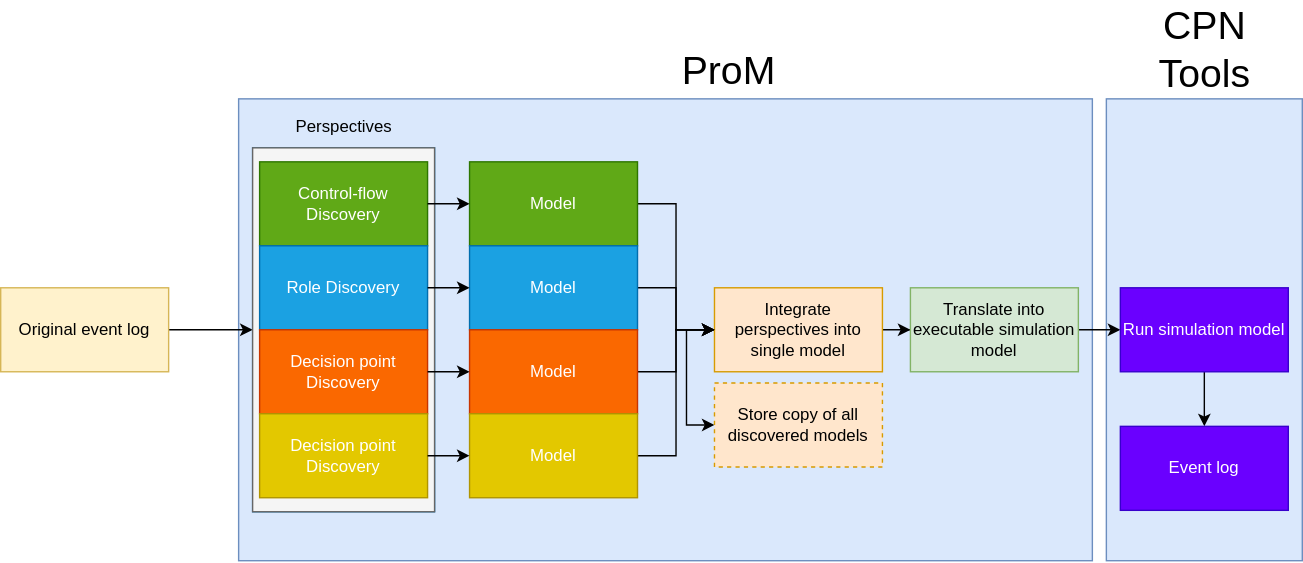
This is resources/process-first-pass.svg from hpl002/Masters_Public, a draw.io export, as it was before one commit. Source tidied: cells renumbered, new cells last; positions are measured from the earlier drawing's top-left corner, leaving out a move shared by most shapes. Its diagram source:
```xml
<mxGraphModel>
  <root>
    <mxCell id="0" />
    <mxCell id="1" parent="0" />
    <mxCell id="2" style="rounded=0;whiteSpace=wrap;html=1;fillColor=#dae8fc;strokeColor=#6c8ebf;" parent="1" vertex="1">
      <mxGeometry x="790" y="70" width="140" height="330" as="geometry" />
    </mxCell>
    <mxCell id="3" style="rounded=0;whiteSpace=wrap;html=1;fillColor=#dae8fc;strokeColor=#6c8ebf;" parent="1" vertex="1">
      <mxGeometry x="170" y="70" width="610" height="330" as="geometry" />
    </mxCell>
    <mxCell id="4" style="edgeStyle=orthogonalEdgeStyle;rounded=0;jettySize=auto;html=1;" parent="1" edge="1" source="5" target="14">
      <mxGeometry relative="1" as="geometry" />
    </mxCell>
    <mxCell id="5" value="Original event log" style="rounded=0;whiteSpace=wrap;html=1;fillColor=#fff2cc;strokeColor=#d6b656;" parent="1" vertex="1">
      <mxGeometry y="205" width="120" height="60" as="geometry" />
    </mxCell>
    <mxCell id="6" value="ProM" style="text;html=1;align=center;verticalAlign=middle;points=[];fontSize=28;" parent="1" vertex="1">
      <mxGeometry x="480" y="30" width="80" height="40" as="geometry" />
    </mxCell>
    <mxCell id="7" value="Perspectives" style="text;html=1;align=center;verticalAlign=middle;" parent="1" vertex="1">
      <mxGeometry x="205" y="80" width="80" height="20" as="geometry" />
    </mxCell>
    <mxCell id="8" style="edgeStyle=orthogonalEdgeStyle;rounded=0;jettySize=auto;html=1;" parent="1" edge="1" source="10" target="12">
      <mxGeometry relative="1" as="geometry" />
    </mxCell>
    <mxCell id="9" style="edgeStyle=orthogonalEdgeStyle;rounded=0;jettySize=auto;html=1;exitX=0;exitY=0.5;exitDx=0;exitDy=0;entryX=0;entryY=0.5;entryDx=0;entryDy=0;" parent="1" edge="1" source="10" target="35">
      <mxGeometry relative="1" as="geometry">
        <Array as="points">
          <mxPoint x="490" y="235" />
          <mxPoint x="490" y="303" />
        </Array>
      </mxGeometry>
    </mxCell>
    <mxCell id="10" value="Integrate perspectives into single model" style="rounded=0;whiteSpace=wrap;html=1;fillColor=#ffe6cc;strokeColor=#d79b00;" parent="1" vertex="1">
      <mxGeometry x="510" y="205" width="120" height="60" as="geometry" />
    </mxCell>
    <mxCell id="11" style="edgeStyle=orthogonalEdgeStyle;rounded=0;jettySize=auto;html=1;entryX=0;entryY=0.5;entryDx=0;entryDy=0;" parent="1" edge="1" source="12" target="20">
      <mxGeometry relative="1" as="geometry" />
    </mxCell>
    <mxCell id="12" value="Translate into executable simulation model" style="rounded=0;whiteSpace=wrap;html=1;fillColor=#d5e8d4;strokeColor=#82b366;" parent="1" vertex="1">
      <mxGeometry x="650" y="205" width="120" height="60" as="geometry" />
    </mxCell>
    <mxCell id="13" style="group;fillColor=#1ba1e2;strokeColor=#006EAF;fontColor=#ffffff;" parent="1" vertex="1">
      <mxGeometry x="180" y="105" width="130" height="260" as="geometry" />
    </mxCell>
    <mxCell id="14" style="rounded=0;whiteSpace=wrap;html=1;fillColor=#f5f5f5;strokeColor=#666666;fontColor=#333333;" parent="13" vertex="1">
      <mxGeometry width="130" height="260" as="geometry" />
    </mxCell>
    <mxCell id="15" value="Control-flow Discovery" style="rounded=0;whiteSpace=wrap;html=1;fillColor=#60a917;strokeColor=#2D7600;fontColor=#ffffff;" parent="13" vertex="1">
      <mxGeometry x="5" y="10" width="120" height="60" as="geometry" />
    </mxCell>
    <mxCell id="16" value="Role Discovery" style="rounded=0;whiteSpace=wrap;html=1;fillColor=#1ba1e2;strokeColor=#006EAF;fontColor=#ffffff;" parent="13" vertex="1">
      <mxGeometry x="5" y="70" width="120" height="60" as="geometry" />
    </mxCell>
    <mxCell id="17" value="Decision point Discovery" style="rounded=0;whiteSpace=wrap;html=1;fillColor=#fa6800;strokeColor=#C73500;fontColor=#ffffff;" parent="13" vertex="1">
      <mxGeometry x="5" y="130" width="120" height="60" as="geometry" />
    </mxCell>
    <mxCell id="18" value="Decision point Discovery" style="rounded=0;whiteSpace=wrap;html=1;fillColor=#e3c800;strokeColor=#B09500;fontColor=#ffffff;" parent="13" vertex="1">
      <mxGeometry x="5" y="190" width="120" height="60" as="geometry" />
    </mxCell>
    <mxCell id="19" style="edgeStyle=orthogonalEdgeStyle;rounded=0;jettySize=auto;html=1;fontSize=28;" parent="1" edge="1" source="20" target="21">
      <mxGeometry relative="1" as="geometry" />
    </mxCell>
    <mxCell id="20" value="Run simulation model" style="rounded=0;whiteSpace=wrap;html=1;fillColor=#6a00ff;strokeColor=#3700CC;fontColor=#ffffff;" parent="1" vertex="1">
      <mxGeometry x="800" y="205" width="120" height="60" as="geometry" />
    </mxCell>
    <mxCell id="21" value="Event log" style="rounded=0;whiteSpace=wrap;html=1;fillColor=#6a00ff;strokeColor=#3700CC;fontColor=#ffffff;" parent="1" vertex="1">
      <mxGeometry x="800" y="304" width="120" height="60" as="geometry" />
    </mxCell>
    <mxCell id="22" style="edgeStyle=orthogonalEdgeStyle;rounded=0;jettySize=auto;html=1;entryX=0;entryY=0.5;entryDx=0;entryDy=0;" parent="1" edge="1" source="23" target="10">
      <mxGeometry relative="1" as="geometry" />
    </mxCell>
    <mxCell id="23" value="Model" style="rounded=0;whiteSpace=wrap;html=1;fillColor=#60a917;strokeColor=#2D7600;fontColor=#ffffff;" parent="1" vertex="1">
      <mxGeometry x="335" y="115" width="120" height="60" as="geometry" />
    </mxCell>
    <mxCell id="24" style="edgeStyle=orthogonalEdgeStyle;rounded=0;jettySize=auto;html=1;entryX=0;entryY=0.5;entryDx=0;entryDy=0;" parent="1" edge="1" source="25" target="10">
      <mxGeometry relative="1" as="geometry" />
    </mxCell>
    <mxCell id="25" value="Model" style="rounded=0;whiteSpace=wrap;html=1;fillColor=#1ba1e2;strokeColor=#006EAF;fontColor=#ffffff;" parent="1" vertex="1">
      <mxGeometry x="335" y="175" width="120" height="60" as="geometry" />
    </mxCell>
    <mxCell id="26" style="edgeStyle=orthogonalEdgeStyle;rounded=0;jettySize=auto;html=1;entryX=0;entryY=0.5;entryDx=0;entryDy=0;" parent="1" edge="1" source="27" target="10">
      <mxGeometry relative="1" as="geometry" />
    </mxCell>
    <mxCell id="27" value="Model" style="rounded=0;whiteSpace=wrap;html=1;fillColor=#fa6800;strokeColor=#C73500;fontColor=#ffffff;" parent="1" vertex="1">
      <mxGeometry x="335" y="235" width="120" height="60" as="geometry" />
    </mxCell>
    <mxCell id="28" style="edgeStyle=orthogonalEdgeStyle;rounded=0;jettySize=auto;html=1;entryX=0;entryY=0.5;entryDx=0;entryDy=0;" parent="1" edge="1" source="29" target="10">
      <mxGeometry relative="1" as="geometry" />
    </mxCell>
    <mxCell id="29" value="Model" style="rounded=0;whiteSpace=wrap;html=1;fillColor=#e3c800;strokeColor=#B09500;fontColor=#ffffff;" parent="1" vertex="1">
      <mxGeometry x="335" y="295" width="120" height="60" as="geometry" />
    </mxCell>
    <mxCell id="30" style="edgeStyle=orthogonalEdgeStyle;rounded=0;jettySize=auto;html=1;" parent="1" edge="1" source="15" target="23">
      <mxGeometry relative="1" as="geometry" />
    </mxCell>
    <mxCell id="31" style="edgeStyle=orthogonalEdgeStyle;rounded=0;jettySize=auto;html=1;" parent="1" edge="1" source="16" target="25">
      <mxGeometry relative="1" as="geometry" />
    </mxCell>
    <mxCell id="32" style="edgeStyle=orthogonalEdgeStyle;rounded=0;jettySize=auto;html=1;entryX=0;entryY=0.5;entryDx=0;entryDy=0;" parent="1" edge="1" source="17" target="27">
      <mxGeometry relative="1" as="geometry" />
    </mxCell>
    <mxCell id="33" style="edgeStyle=orthogonalEdgeStyle;rounded=0;jettySize=auto;html=1;" parent="1" edge="1" source="18" target="29">
      <mxGeometry relative="1" as="geometry" />
    </mxCell>
    <mxCell id="34" value="&lt;div&gt;CPN &lt;br&gt;&lt;/div&gt;&lt;div&gt;Tools&lt;br&gt;&lt;/div&gt;" style="text;html=1;align=center;verticalAlign=middle;fontSize=28;" parent="1" vertex="1">
      <mxGeometry x="820" width="80" height="70" as="geometry" />
    </mxCell>
    <mxCell id="35" value="Store copy of all discovered models" style="rounded=0;whiteSpace=wrap;html=1;fillColor=#ffe6cc;strokeColor=#d79b00;dashed=1;" parent="1" vertex="1">
      <mxGeometry x="510" y="273" width="120" height="60" as="geometry" />
    </mxCell>
  </root>
</mxGraphModel>
```
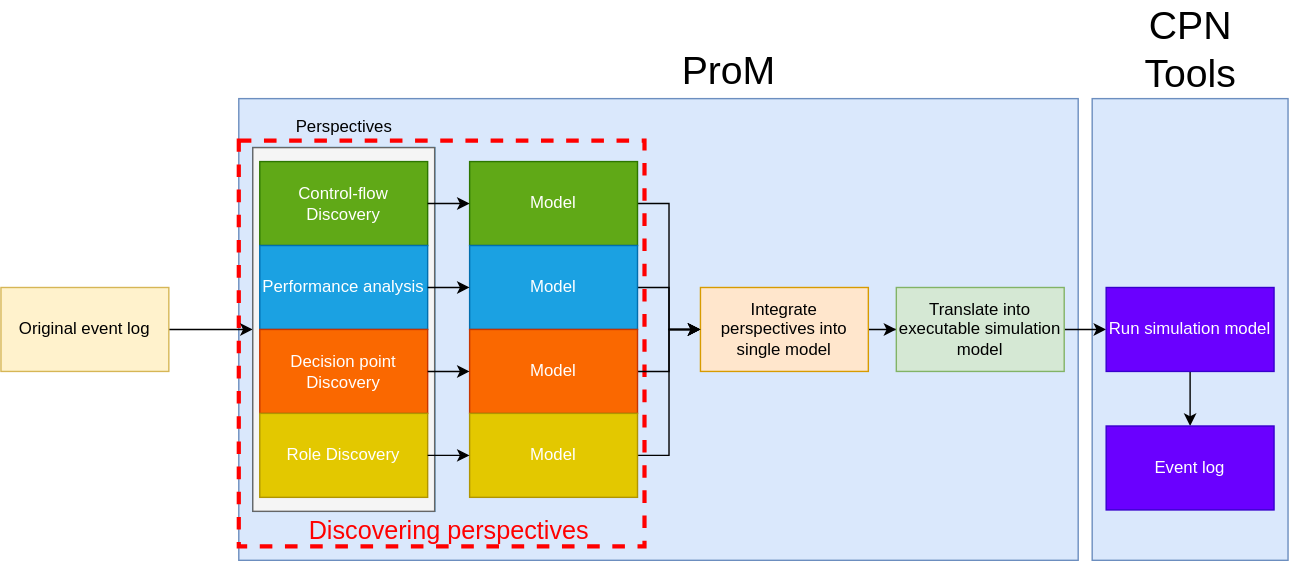
The same diagram one commit later.

What changed in the source:
```diff
@@ -3,42 +3,37 @@
     <mxCell id="0" />
     <mxCell id="1" parent="0" />
     <mxCell id="2" style="rounded=0;whiteSpace=wrap;html=1;fillColor=#dae8fc;strokeColor=#6c8ebf;" parent="1" vertex="1">
-      <mxGeometry x="790" y="70" width="140" height="330" as="geometry" />
+      <mxGeometry x="170" y="70" width="600" height="330" as="geometry" />
     </mxCell>
-    <mxCell id="3" style="rounded=0;whiteSpace=wrap;html=1;fillColor=#dae8fc;strokeColor=#6c8ebf;" parent="1" vertex="1">
-      <mxGeometry x="170" y="70" width="610" height="330" as="geometry" />
+    <mxCell id="3" style="rounded=0;whiteSpace=wrap;html=1;fillColor=none;dashed=1;strokeWidth=3;strokeColor=#FF0000;" parent="1" vertex="1">
+      <mxGeometry x="170" y="100" width="290" height="290" as="geometry" />
     </mxCell>
-    <mxCell id="4" style="edgeStyle=orthogonalEdgeStyle;rounded=0;jettySize=auto;html=1;" parent="1" edge="1" source="5" target="14">
-      <mxGeometry relative="1" as="geometry" />
+    <mxCell id="4" style="rounded=0;whiteSpace=wrap;html=1;fillColor=#dae8fc;strokeColor=#6c8ebf;" parent="1" vertex="1">
+      <mxGeometry x="780" y="70" width="140" height="330" as="geometry" />
     </mxCell>
-    <mxCell id="5" value="Original event log" style="rounded=0;whiteSpace=wrap;html=1;fillColor=#fff2cc;strokeColor=#d6b656;" parent="1" vertex="1">
-      <mxGeometry y="205" width="120" height="60" as="geometry" />
+    <mxCell id="5" style="edgeStyle=orthogonalEdgeStyle;rounded=0;jettySize=auto;html=1;" parent="1" edge="1" source="6" target="14">
+      <mxGeometry relative="1" as="geometry" />
     </mxCell>
-    <mxCell id="6" value="ProM" style="text;html=1;align=center;verticalAlign=middle;points=[];fontSize=28;" parent="1" vertex="1">
-      <mxGeometry x="480" y="30" width="80" height="40" as="geometry" />
+    <mxCell id="6" value="Original event log" style="rounded=0;whiteSpace=wrap;html=1;fillColor=#fff2cc;strokeColor=#d6b656;" parent="1" vertex="1">
+      <mxGeometry y="205" width="120" height="60" as="geometry" />
     </mxCell>
-    <mxCell id="7" value="Perspectives" style="text;html=1;align=center;verticalAlign=middle;" parent="1" vertex="1">
-      <mxGeometry x="205" y="80" width="80" height="20" as="geometry" />
+    <mxCell id="7" value="ProM" style="text;html=1;align=center;verticalAlign=middle;fontSize=28;" parent="1" vertex="1">
+      <mxGeometry x="480" y="30" width="80" height="40" as="geometry" />
     </mxCell>
-    <mxCell id="8" style="edgeStyle=orthogonalEdgeStyle;rounded=0;jettySize=auto;html=1;" parent="1" edge="1" source="10" target="12">
-      <mxGeometry relative="1" as="geometry" />
+    <mxCell id="8" value="Perspectives" style="text;html=1;align=center;verticalAlign=middle;" parent="1" vertex="1">
+      <mxGeometry x="205" y="80" width="80" height="20" as="geometry" />
     </mxCell>
-    <mxCell id="9" style="edgeStyle=orthogonalEdgeStyle;rounded=0;jettySize=auto;html=1;exitX=0;exitY=0.5;exitDx=0;exitDy=0;entryX=0;entryY=0.5;entryDx=0;entryDy=0;" parent="1" edge="1" source="10" target="35">
-      <mxGeometry relative="1" as="geometry">
-        <Array as="points">
-          <mxPoint x="490" y="235" />
-          <mxPoint x="490" y="303" />
-        </Array>
-      </mxGeometry>
+    <mxCell id="9" style="edgeStyle=orthogonalEdgeStyle;rounded=0;jettySize=auto;html=1;" parent="1" edge="1" source="10" target="12">
+      <mxGeometry relative="1" as="geometry" />
     </mxCell>
     <mxCell id="10" value="Integrate perspectives into single model" style="rounded=0;whiteSpace=wrap;html=1;fillColor=#ffe6cc;strokeColor=#d79b00;" parent="1" vertex="1">
-      <mxGeometry x="510" y="205" width="120" height="60" as="geometry" />
+      <mxGeometry x="500" y="205" width="120" height="60" as="geometry" />
     </mxCell>
     <mxCell id="11" style="edgeStyle=orthogonalEdgeStyle;rounded=0;jettySize=auto;html=1;entryX=0;entryY=0.5;entryDx=0;entryDy=0;" parent="1" edge="1" source="12" target="20">
       <mxGeometry relative="1" as="geometry" />
     </mxCell>
     <mxCell id="12" value="Translate into executable simulation model" style="rounded=0;whiteSpace=wrap;html=1;fillColor=#d5e8d4;strokeColor=#82b366;" parent="1" vertex="1">
-      <mxGeometry x="650" y="205" width="120" height="60" as="geometry" />
+      <mxGeometry x="640" y="205" width="120" height="60" as="geometry" />
     </mxCell>
     <mxCell id="13" style="group;fillColor=#1ba1e2;strokeColor=#006EAF;fontColor=#ffffff;" parent="1" vertex="1">
       <mxGeometry x="180" y="105" width="130" height="260" as="geometry" />
@@ -49,23 +44,23 @@
     <mxCell id="15" value="Control-flow Discovery" style="rounded=0;whiteSpace=wrap;html=1;fillColor=#60a917;strokeColor=#2D7600;fontColor=#ffffff;" parent="13" vertex="1">
       <mxGeometry x="5" y="10" width="120" height="60" as="geometry" />
     </mxCell>
-    <mxCell id="16" value="Role Discovery" style="rounded=0;whiteSpace=wrap;html=1;fillColor=#1ba1e2;strokeColor=#006EAF;fontColor=#ffffff;" parent="13" vertex="1">
+    <mxCell id="16" value="Performance analysis" style="rounded=0;whiteSpace=wrap;html=1;fillColor=#1ba1e2;strokeColor=#006EAF;fontColor=#ffffff;" parent="13" vertex="1">
       <mxGeometry x="5" y="70" width="120" height="60" as="geometry" />
     </mxCell>
     <mxCell id="17" value="Decision point Discovery" style="rounded=0;whiteSpace=wrap;html=1;fillColor=#fa6800;strokeColor=#C73500;fontColor=#ffffff;" parent="13" vertex="1">
       <mxGeometry x="5" y="130" width="120" height="60" as="geometry" />
     </mxCell>
-    <mxCell id="18" value="Decision point Discovery" style="rounded=0;whiteSpace=wrap;html=1;fillColor=#e3c800;strokeColor=#B09500;fontColor=#ffffff;" parent="13" vertex="1">
+    <mxCell id="18" value="Role Discovery" style="rounded=0;whiteSpace=wrap;html=1;fillColor=#e3c800;strokeColor=#B09500;fontColor=#ffffff;" parent="13" vertex="1">
       <mxGeometry x="5" y="190" width="120" height="60" as="geometry" />
     </mxCell>
     <mxCell id="19" style="edgeStyle=orthogonalEdgeStyle;rounded=0;jettySize=auto;html=1;fontSize=28;" parent="1" edge="1" source="20" target="21">
       <mxGeometry relative="1" as="geometry" />
     </mxCell>
     <mxCell id="20" value="Run simulation model" style="rounded=0;whiteSpace=wrap;html=1;fillColor=#6a00ff;strokeColor=#3700CC;fontColor=#ffffff;" parent="1" vertex="1">
-      <mxGeometry x="800" y="205" width="120" height="60" as="geometry" />
+      <mxGeometry x="790" y="205" width="120" height="60" as="geometry" />
     </mxCell>
     <mxCell id="21" value="Event log" style="rounded=0;whiteSpace=wrap;html=1;fillColor=#6a00ff;strokeColor=#3700CC;fontColor=#ffffff;" parent="1" vertex="1">
-      <mxGeometry x="800" y="304" width="120" height="60" as="geometry" />
+      <mxGeometry x="790" y="304" width="120" height="60" as="geometry" />
     </mxCell>
     <mxCell id="22" style="edgeStyle=orthogonalEdgeStyle;rounded=0;jettySize=auto;html=1;entryX=0;entryY=0.5;entryDx=0;entryDy=0;" parent="1" edge="1" source="23" target="10">
       <mxGeometry relative="1" as="geometry" />
@@ -104,10 +99,10 @@
       <mxGeometry relative="1" as="geometry" />
     </mxCell>
     <mxCell id="34" value="&lt;div&gt;CPN &lt;br&gt;&lt;/div&gt;&lt;div&gt;Tools&lt;br&gt;&lt;/div&gt;" style="text;html=1;align=center;verticalAlign=middle;fontSize=28;" parent="1" vertex="1">
-      <mxGeometry x="820" width="80" height="70" as="geometry" />
+      <mxGeometry x="810" width="80" height="70" as="geometry" />
     </mxCell>
-    <mxCell id="35" value="Store copy of all discovered models" style="rounded=0;whiteSpace=wrap;html=1;fillColor=#ffe6cc;strokeColor=#d79b00;dashed=1;" parent="1" vertex="1">
-      <mxGeometry x="510" y="273" width="120" height="60" as="geometry" />
+    <mxCell id="35" value="&lt;font style=&quot;font-size: 18px&quot; color=&quot;#FF0000&quot;&gt;Discovering perspectives&lt;br&gt;&lt;/font&gt;" style="text;html=1;align=center;verticalAlign=middle;points=[];fontSize=28;" parent="1" vertex="1">
+      <mxGeometry x="210" y="355" width="220" height="40" as="geometry" />
     </mxCell>
   </root>
 </mxGraphModel>
```
